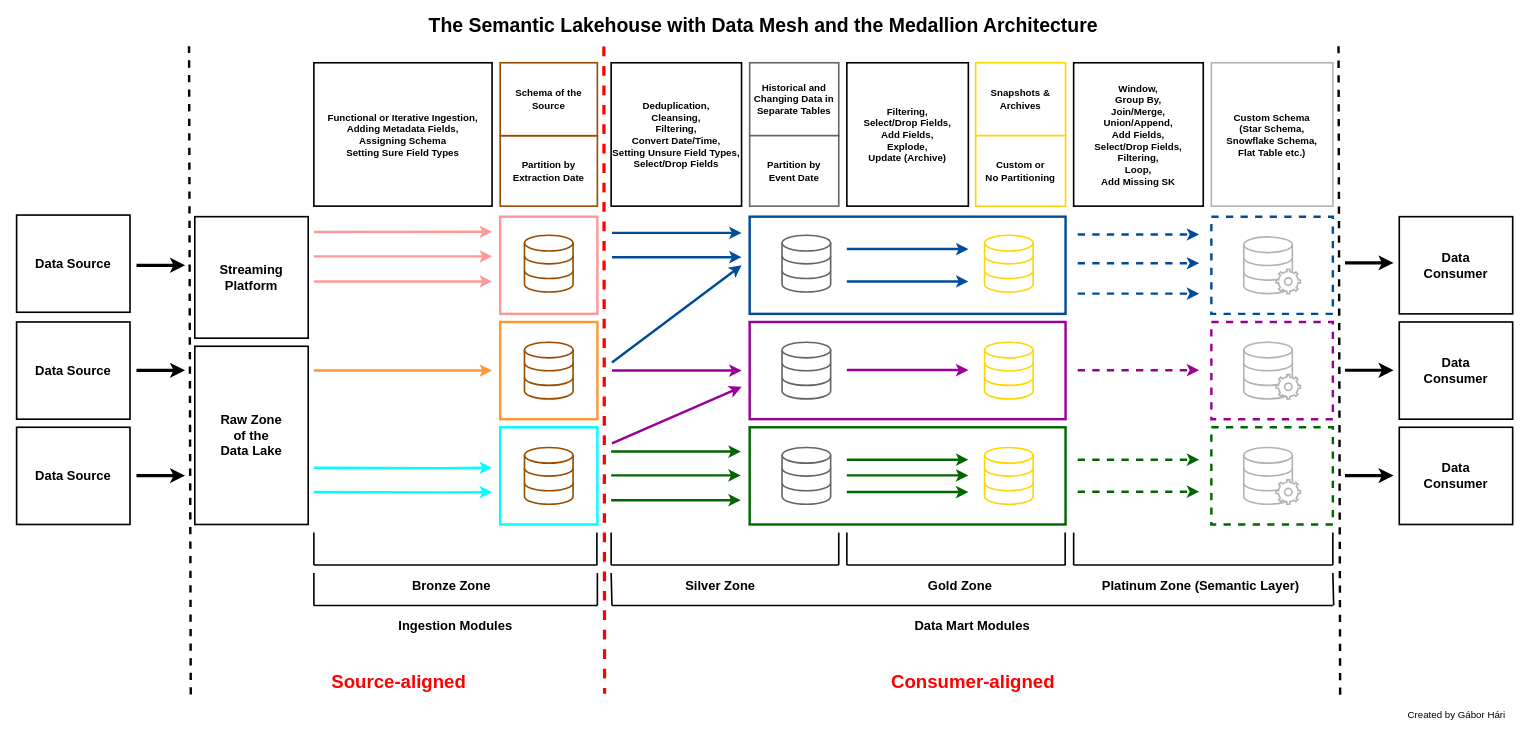
Earlier version of the draw.io diagram resources/Architecture.drawio (harigabor96/Wildfires). Source tidied: cells renumbered, new cells numbered last; positions are measured from the earlier drawing's top-left corner, leaving out a move shared by most shapes. Both pictures are drawn from the tidied source at 81%, with x=0, y=0 at pixel (14, 14).
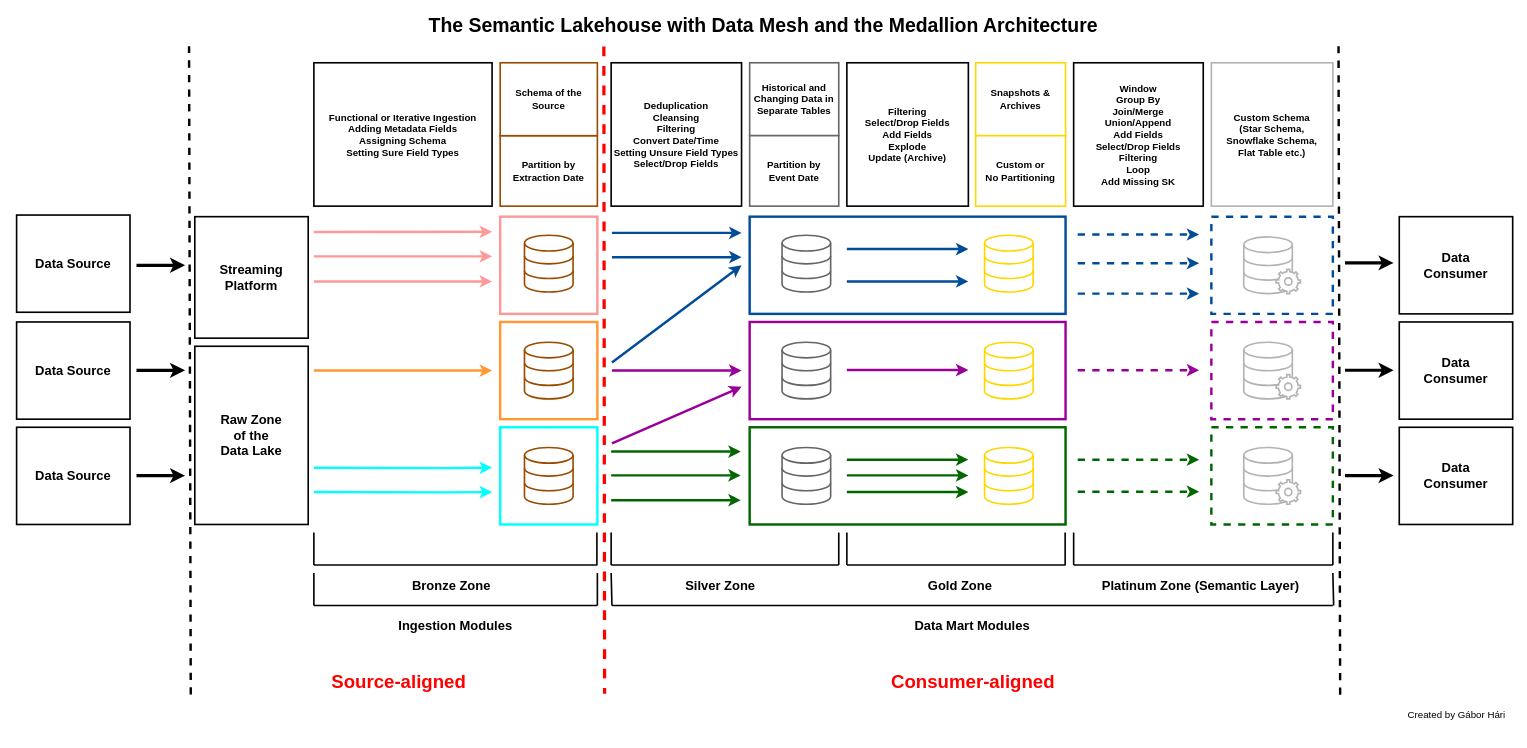
Above is the later version.

The edit, as a diff of the source:
```diff
@@
-    <mxCell id="20" value="&lt;b&gt;Functional or Iterative Ingestion, Adding Metadata Fields,&lt;br&gt;Assigning Schema&lt;br&gt;Setting Sure Field Types&lt;br&gt;&lt;/b&gt;" style="rounded=0;whiteSpace=wrap;html=1;glass=0;strokeColor=default;strokeWidth=2;fillColor=#FFFFFF;" parent="1" vertex="1">
+    <mxCell id="20" value="&lt;b&gt;Functional or Iterative Ingestion Adding Metadata Fields&lt;br&gt;Assigning Schema&lt;br&gt;Setting Sure Field Types&lt;br&gt;&lt;/b&gt;" style="rounded=0;whiteSpace=wrap;html=1;glass=0;strokeColor=default;strokeWidth=2;fillColor=#FFFFFF;" parent="1" vertex="1">
       <mxGeometry x="370" y="60" width="220" height="177" as="geometry" />
     </mxCell>
@@
-    <mxCell id="31" value="&lt;b&gt;Window,&lt;br&gt;Group By,&lt;br&gt;Join/Merge,&lt;br&gt;Union/Append,&lt;br&gt;Add Fields,&lt;br&gt;Select/Drop Fields,&lt;br&gt;Filtering,&lt;br&gt;Loop,&lt;/b&gt;&lt;b&gt;&lt;br&gt;Add Missing SK&lt;br&gt;&lt;/b&gt;" style="rounded=0;whiteSpace=wrap;html=1;glass=0;strokeColor=#000000;strokeWidth=2;fillColor=#FFFFFF;" parent="1" vertex="1">
+    <mxCell id="31" value="&lt;b&gt;Window&lt;br&gt;Group By&lt;br&gt;Join/Merge&lt;br&gt;Union/Append&lt;br&gt;Add Fields&lt;br&gt;Select/Drop Fields&lt;br&gt;Filtering&lt;br&gt;Loop&lt;/b&gt;&lt;b&gt;&lt;br&gt;Add Missing SK&lt;br&gt;&lt;/b&gt;" style="rounded=0;whiteSpace=wrap;html=1;glass=0;strokeColor=#000000;strokeWidth=2;fillColor=#FFFFFF;" parent="1" vertex="1">
       <mxGeometry x="1308" y="60" width="160" height="177" as="geometry" />
     </mxCell>
@@
-    <mxCell id="33" value="&lt;b&gt;Filtering,&lt;br&gt;Select/Drop Fields,&lt;br&gt;Add Fields,&lt;br&gt;&lt;/b&gt;&lt;b&gt;Explode,&lt;/b&gt;&lt;br&gt;&lt;b&gt;Update (Archive)&lt;/b&gt;" style="rounded=0;whiteSpace=wrap;html=1;glass=0;strokeColor=default;strokeWidth=2;fillColor=#FFFFFF;" parent="1" vertex="1">
+    <mxCell id="33" value="&lt;b&gt;Filtering&lt;br&gt;Select/Drop Fields&lt;br&gt;Add Fields&lt;br&gt;&lt;/b&gt;&lt;b&gt;Explode&lt;/b&gt;&lt;br&gt;&lt;b&gt;Update (Archive)&lt;/b&gt;" style="rounded=0;whiteSpace=wrap;html=1;glass=0;strokeColor=default;strokeWidth=2;fillColor=#FFFFFF;" parent="1" vertex="1">
       <mxGeometry x="1028" y="60" width="150" height="177" as="geometry" />
     </mxCell>
@@
-    <mxCell id="36" value="&lt;b&gt;Deduplication,&lt;br&gt;Cleansing,&lt;br&gt;Filtering,&lt;br&gt;Convert Date/Time,&lt;br&gt;Setting Unsure Field Types,&lt;br&gt;Select/Drop Fields&lt;br&gt;&lt;/b&gt;" style="rounded=0;whiteSpace=wrap;html=1;glass=0;strokeColor=default;strokeWidth=2;fillColor=#FFFFFF;" parent="1" vertex="1">
+    <mxCell id="36" value="&lt;b&gt;Deduplication&lt;br&gt;Cleansing&lt;br&gt;Filtering&lt;br&gt;Convert Date/Time&lt;br&gt;Setting Unsure Field Types&lt;br&gt;Select/Drop Fields&lt;br&gt;&lt;/b&gt;" style="rounded=0;whiteSpace=wrap;html=1;glass=0;strokeColor=default;strokeWidth=2;fillColor=#FFFFFF;" parent="1" vertex="1">
       <mxGeometry x="737" y="60" width="161" height="177" as="geometry" />
     </mxCell>
```
